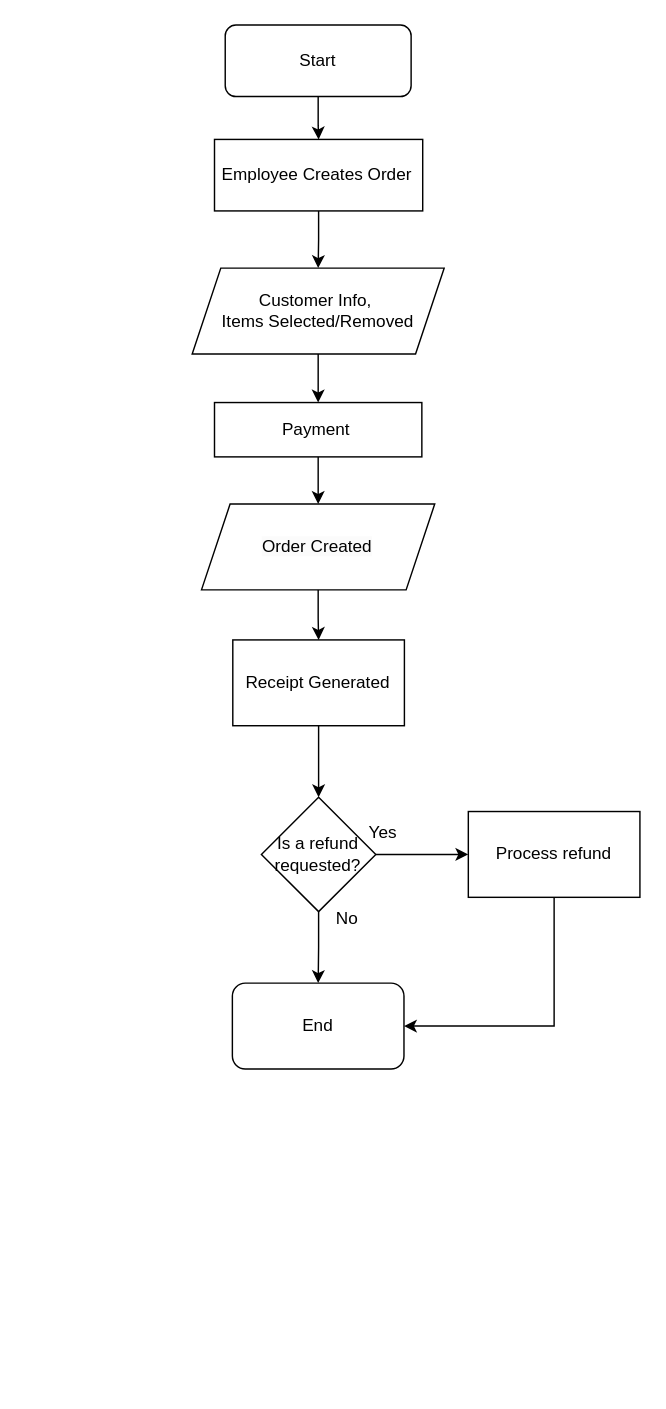
This is Order.drawio from KassenkazyAlima/Business-flow-SD-, a draw.io file, before an edit. Source tidied: cells renumbered, new cells numbered last; positions are measured from the earlier drawing's top-left corner, leaving out a move shared by most shapes. Both pictures are drawn from the tidied source at 143%, with x=0, y=0 at pixel (192, 24).
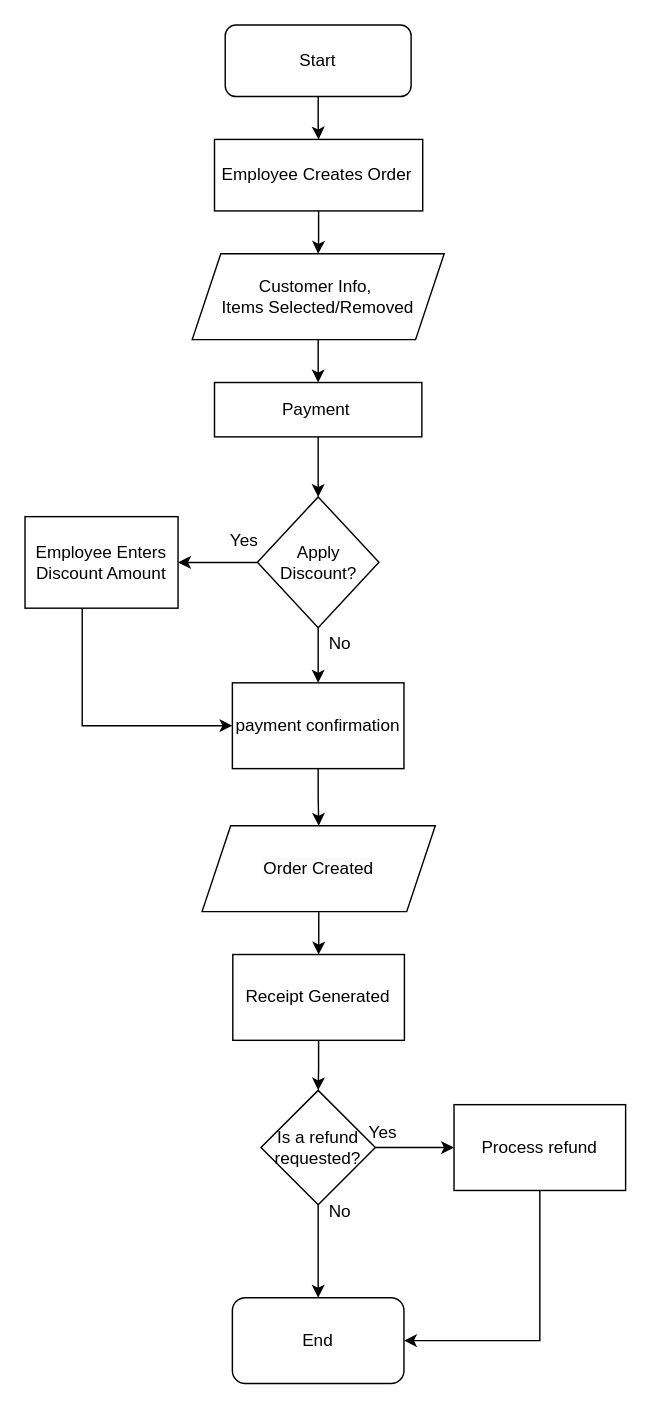
The same page after the edit.

Change to the diagram source:
```diff
@@
     <mxCell id="7" value="&lt;span style=&quot;text-align: start;&quot;&gt;&lt;font style=&quot;font-size: 12px;&quot;&gt;Customer Info,&amp;nbsp;&lt;/font&gt;&lt;/span&gt;&lt;div&gt;&lt;span style=&quot;text-align: start;&quot;&gt;&lt;font style=&quot;font-size: 12px;&quot;&gt;Items Selected/Removed&lt;/font&gt;&lt;/span&gt;&lt;/div&gt;" style="shape=parallelogram;perimeter=parallelogramPerimeter;whiteSpace=wrap;html=1;fixedSize=1;" parent="1" vertex="1">
-      <mxGeometry x="-0.1" y="170" width="176.2" height="60" as="geometry" />
+      <mxGeometry x="-0.1" y="160" width="176.2" height="60" as="geometry" />
     </mxCell>
-    <mxCell id="8" style="edgeStyle=orthogonalEdgeStyle;rounded=0;jettySize=auto;html=1;" parent="1" edge="1" source="9" target="11">
-      <mxGeometry relative="1" as="geometry" />
-    </mxCell>
+    <mxCell id="22" style="edgeStyle=orthogonalEdgeStyle;rounded=0;jettySize=auto;html=1;entryX=0.5;entryY=0;entryDx=0;entryDy=0;" parent="1" edge="1" source="9" target="27">
+      <mxGeometry relative="1" as="geometry" />
+    </mxCell>
     <mxCell id="9" value="Payment&amp;nbsp;" style="rounded=0;whiteSpace=wrap;html=1;" parent="1" vertex="1">
-      <mxGeometry x="15.5" y="264" width="145" height="38" as="geometry" />
+      <mxGeometry x="15.5" y="250" width="145" height="38" as="geometry" />
     </mxCell>
+    <mxCell id="23" style="edgeStyle=orthogonalEdgeStyle;rounded=0;jettySize=auto;html=1;" parent="1" edge="1" source="24" target="11">
+      <mxGeometry relative="1" as="geometry" />
+    </mxCell>
+    <mxCell id="24" value="&lt;span style=&quot;text-align: start;&quot;&gt;payment confirmation&lt;/span&gt;" style="rounded=0;whiteSpace=wrap;html=1;" parent="1" vertex="1">
+      <mxGeometry x="28" y="460" width="120" height="60" as="geometry" />
+    </mxCell>
+    <mxCell id="25" style="edgeStyle=orthogonalEdgeStyle;rounded=0;jettySize=auto;html=1;" parent="1" edge="1" source="27" target="29">
+      <mxGeometry relative="1" as="geometry" />
+    </mxCell>
+    <mxCell id="26" style="edgeStyle=orthogonalEdgeStyle;rounded=0;jettySize=auto;html=1;" parent="1" edge="1" source="27" target="24">
+      <mxGeometry relative="1" as="geometry" />
+    </mxCell>
+    <mxCell id="27" value="&lt;span style=&quot;text-align: start;&quot;&gt;Apply Discount?&lt;/span&gt;" style="rhombus;whiteSpace=wrap;html=1;" parent="1" vertex="1">
+      <mxGeometry x="45.5" y="330" width="85" height="91.5" as="geometry" />
+    </mxCell>
+    <mxCell id="28" style="edgeStyle=orthogonalEdgeStyle;rounded=0;jettySize=auto;html=1;entryX=0;entryY=0.5;entryDx=0;entryDy=0;" parent="1" edge="1" source="29" target="24">
+      <mxGeometry relative="1" as="geometry">
+        <Array as="points">
+          <mxPoint x="-77" y="490" />
+        </Array>
+      </mxGeometry>
+    </mxCell>
+    <mxCell id="29" value="&lt;span style=&quot;text-align: start;&quot;&gt;Employee Enters Discount Amount&lt;/span&gt;" style="whiteSpace=wrap;html=1;" parent="1" vertex="1">
+      <mxGeometry x="-117" y="343.8" width="107" height="64" as="geometry" />
+    </mxCell>
+    <mxCell id="30" value="Yes" style="text;html=1;align=center;verticalAlign=middle;strokeColor=none;fillColor=none;" parent="1" vertex="1">
+      <mxGeometry x="16" y="346.2" width="40" height="30" as="geometry" />
+    </mxCell>
+    <mxCell id="31" value="No" style="text;html=1;align=center;verticalAlign=middle;strokeColor=none;fillColor=none;" parent="1" vertex="1">
+      <mxGeometry x="83" y="417.8" width="40" height="30" as="geometry" />
+    </mxCell>
@@
     <mxCell id="11" value="&lt;span style=&quot;caret-color: rgb(0, 0, 0); color: rgb(0, 0, 0); font-family: Helvetica; font-style: normal; font-variant-caps: normal; font-weight: 400; letter-spacing: normal; text-align: start; text-indent: 0px; text-transform: none; white-space: normal; word-spacing: 0px; -webkit-text-stroke-width: 0px; background-color: rgb(251, 251, 251); text-decoration: none; float: none; display: inline !important;&quot;&gt;&lt;font style=&quot;font-size: 12px;&quot;&gt;Order Created&lt;/font&gt;&lt;/span&gt;" style="shape=parallelogram;perimeter=parallelogramPerimeter;whiteSpace=wrap;html=1;fixedSize=1;" parent="1" vertex="1">
-      <mxGeometry x="6.4" y="335" width="163.1" height="60" as="geometry" />
+      <mxGeometry x="6.8" y="560" width="163.1" height="60" as="geometry" />
     </mxCell>
@@
     <mxCell id="13" value="&lt;span style=&quot;font-style: normal; font-variant-caps: normal; letter-spacing: normal; orphans: auto; text-align: start; text-indent: 0px; text-transform: none; white-space: normal; widows: auto; word-spacing: 0px; -webkit-text-stroke-width: 0px; text-decoration: none; caret-color: rgb(0, 0, 0); color: rgb(0, 0, 0);&quot;&gt;Receipt Generated&lt;/span&gt;" style="whiteSpace=wrap;html=1;" parent="1" vertex="1">
-      <mxGeometry x="28.3" y="430" width="120" height="60" as="geometry" />
+      <mxGeometry x="28.3" y="650" width="120" height="60" as="geometry" />
     </mxCell>
@@
     <mxCell id="16" value="&lt;span style=&quot;text-align: start;&quot;&gt;&lt;font style=&quot;font-size: 12px;&quot;&gt;Is a refund requested?&lt;/font&gt;&lt;/span&gt;" style="rhombus;whiteSpace=wrap;html=1;" parent="1" vertex="1">
-      <mxGeometry x="48.3" y="540" width="80" height="80" as="geometry" />
+      <mxGeometry x="48" y="745" width="80" height="80" as="geometry" />
     </mxCell>
     <mxCell id="17" value="End" style="rounded=1;whiteSpace=wrap;html=1;" parent="1" vertex="1">
-      <mxGeometry x="28" y="670" width="120" height="60" as="geometry" />
+      <mxGeometry x="28" y="890" width="120" height="60" as="geometry" />
     </mxCell>
-    <mxCell id="18" value="No" style="text;html=1;align=center;verticalAlign=middle;strokeColor=none;fillColor=none;" parent="1" vertex="1">
-      <mxGeometry x="88" y="610" width="40" height="30" as="geometry" />
-    </mxCell>
+    <mxCell id="32" value="No" style="text;html=1;align=center;verticalAlign=middle;strokeColor=none;fillColor=none;" parent="1" vertex="1">
+      <mxGeometry x="83" y="815" width="40" height="30" as="geometry" />
+    </mxCell>
     <mxCell id="19" style="edgeStyle=orthogonalEdgeStyle;rounded=0;jettySize=auto;html=1;entryX=1;entryY=0.5;entryDx=0;entryDy=0;" parent="1" edge="1" source="20" target="17">
       <mxGeometry relative="1" as="geometry">
         <Array as="points">
-          <mxPoint x="253" y="700" />
+          <mxPoint x="243" y="920" />
         </Array>
       </mxGeometry>
     </mxCell>
     <mxCell id="20" value="&lt;span style=&quot;text-align: start;&quot;&gt;&lt;font style=&quot;font-size: 12px;&quot;&gt;Process refund&lt;/font&gt;&lt;/span&gt;" style="whiteSpace=wrap;html=1;" parent="1" vertex="1">
-      <mxGeometry x="193" y="550" width="120" height="60" as="geometry" />
+      <mxGeometry x="183" y="755" width="120" height="60" as="geometry" />
     </mxCell>
-    <mxCell id="21" value="Yes" style="text;html=1;align=center;verticalAlign=middle;strokeColor=none;fillColor=none;" parent="1" vertex="1">
-      <mxGeometry x="113" y="550" width="40" height="30" as="geometry" />
-    </mxCell>
+    <mxCell id="33" value="Yes" style="text;html=1;align=center;verticalAlign=middle;strokeColor=none;fillColor=none;" parent="1" vertex="1">
+      <mxGeometry x="113" y="760" width="40" height="30" as="geometry" />
+    </mxCell>
```
